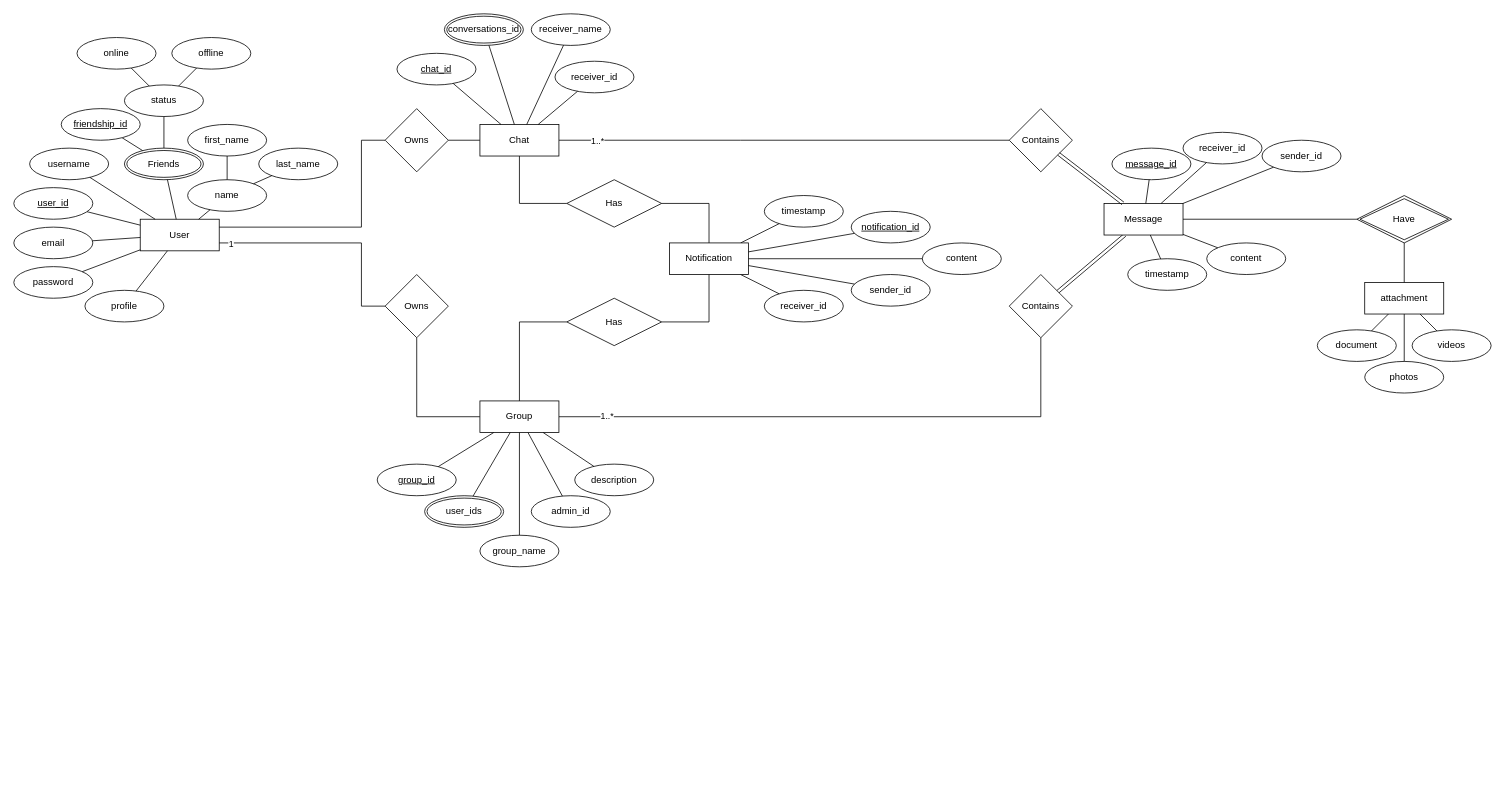
Earlier version of the draw.io diagram Draw.io/ChatApplicationfinal.drawio (Vishwanath61/21CS210-DBMS-LAB). Source tidied: cells renumbered, new cells numbered last; positions are measured from the earlier drawing's top-left corner, leaving out a move shared by most shapes. Both pictures are drawn from the tidied source at 79%, with x=0, y=0 at pixel (13, 13).
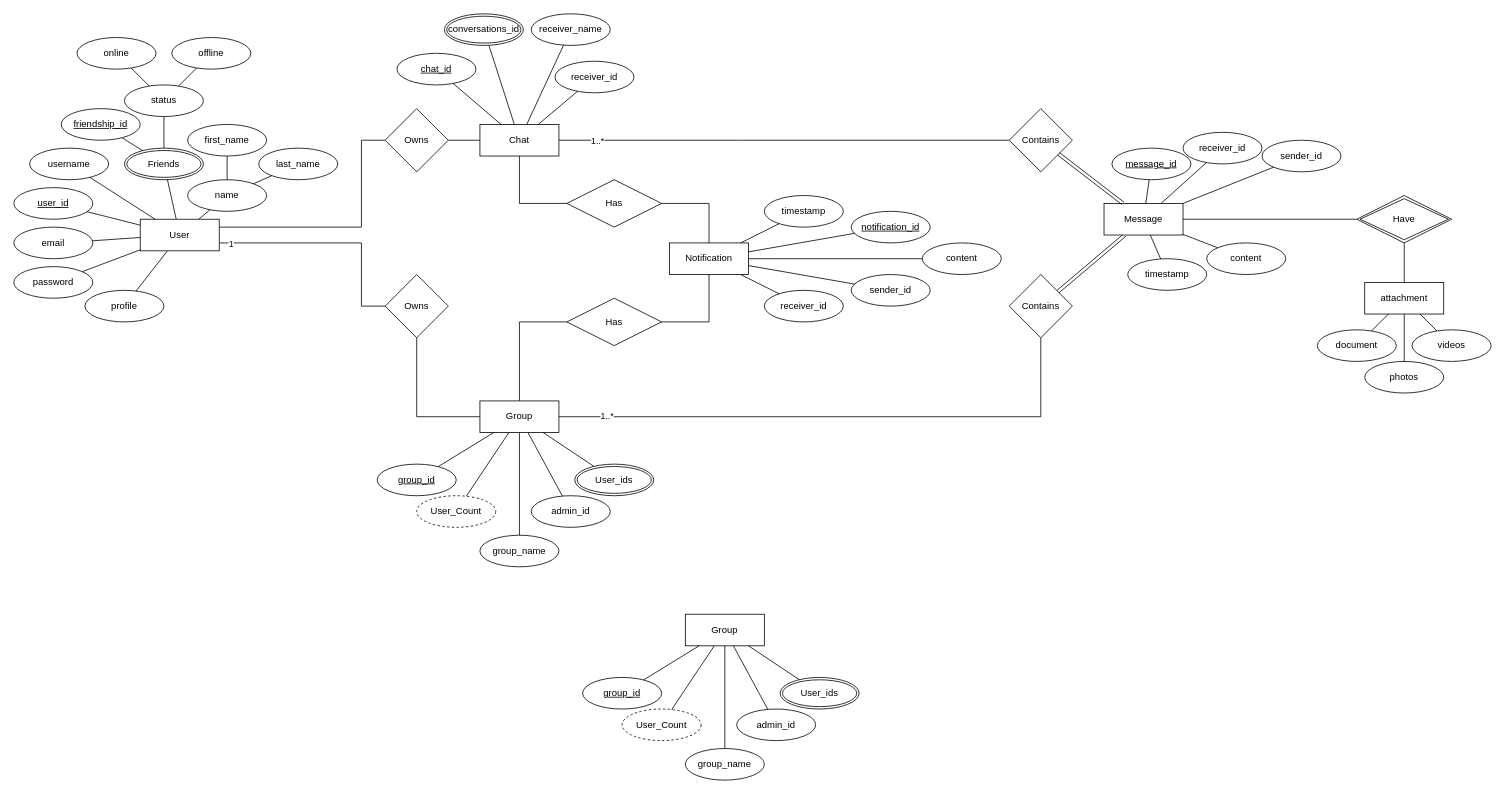
Above is the later version.

Diff of the diagram source:
```diff
@@
-    <mxCell id="35" style="group;" parent="1" vertex="1">
-      <mxGeometry x="460" y="490" width="350" height="210" as="geometry" />
-    </mxCell>
-    <mxCell id="36" value="Group" style="whiteSpace=wrap;html=1;align=center;" parent="35" vertex="1">
-      <mxGeometry x="130" width="100" height="40" as="geometry" />
-    </mxCell>
-    <mxCell id="37" style="group;" parent="35" vertex="1">
-      <mxGeometry y="80" width="350" height="130" as="geometry" />
-    </mxCell>
-    <mxCell id="38" value="group_name" style="ellipse;whiteSpace=wrap;html=1;align=center;" parent="37" vertex="1">
-      <mxGeometry x="130" y="90" width="100" height="40" as="geometry" />
-    </mxCell>
-    <mxCell id="39" value="group_id" style="ellipse;whiteSpace=wrap;html=1;align=center;fontStyle=4;" parent="37" vertex="1">
-      <mxGeometry width="100" height="40" as="geometry" />
-    </mxCell>
-    <mxCell id="40" value="description" style="ellipse;whiteSpace=wrap;html=1;align=center;" parent="37" vertex="1">
-      <mxGeometry x="250" width="100" height="40" as="geometry" />
-    </mxCell>
-    <mxCell id="41" value="admin_id" style="ellipse;whiteSpace=wrap;html=1;align=center;" parent="37" vertex="1">
-      <mxGeometry x="195" y="40" width="100" height="40" as="geometry" />
-    </mxCell>
-    <mxCell id="42" value="user_ids" style="ellipse;shape=doubleEllipse;margin=3;whiteSpace=wrap;html=1;align=center;" parent="37" vertex="1">
-      <mxGeometry x="60" y="40" width="100" height="40" as="geometry" />
-    </mxCell>
-    <mxCell id="43" style="endArrow=none;html=1;rounded=0;" parent="35" edge="1" source="38" target="36">
-      <mxGeometry relative="1" as="geometry" />
-    </mxCell>
-    <mxCell id="44" style="endArrow=none;html=1;rounded=0;" parent="35" edge="1" source="39" target="36">
-      <mxGeometry relative="1" as="geometry" />
-    </mxCell>
-    <mxCell id="45" style="endArrow=none;html=1;rounded=0;" parent="35" edge="1" source="40" target="36">
-      <mxGeometry relative="1" as="geometry" />
-    </mxCell>
-    <mxCell id="46" style="endArrow=none;html=1;rounded=0;" parent="35" edge="1" source="36" target="41">
-      <mxGeometry relative="1" as="geometry" />
-    </mxCell>
-    <mxCell id="47" style="endArrow=none;html=1;rounded=0;" parent="35" edge="1" source="42" target="36">
-      <mxGeometry relative="1" as="geometry" />
-    </mxCell>
@@
+    <mxCell id="35" style="group;" parent="1" vertex="1">
+      <mxGeometry x="460" y="490" width="350" height="210" as="geometry" />
+    </mxCell>
+    <mxCell id="36" value="Group" style="whiteSpace=wrap;html=1;align=center;" parent="35" vertex="1">
+      <mxGeometry x="130" width="100" height="40" as="geometry" />
+    </mxCell>
+    <mxCell id="118" style="group;" parent="35" vertex="1">
+      <mxGeometry y="80" width="350" height="130" as="geometry" />
+    </mxCell>
+    <mxCell id="38" value="group_name" style="ellipse;whiteSpace=wrap;html=1;align=center;" parent="118" vertex="1">
+      <mxGeometry x="130" y="90" width="100" height="40" as="geometry" />
+    </mxCell>
+    <mxCell id="39" value="group_id" style="ellipse;whiteSpace=wrap;html=1;align=center;fontStyle=4;" parent="118" vertex="1">
+      <mxGeometry width="100" height="40" as="geometry" />
+    </mxCell>
+    <mxCell id="41" value="admin_id" style="ellipse;whiteSpace=wrap;html=1;align=center;" parent="118" vertex="1">
+      <mxGeometry x="195" y="40" width="100" height="40" as="geometry" />
+    </mxCell>
+    <mxCell id="119" value="User_Count" style="ellipse;whiteSpace=wrap;html=1;align=center;dashed=1;" parent="118" vertex="1">
+      <mxGeometry x="50" y="40" width="100" height="40" as="geometry" />
+    </mxCell>
+    <mxCell id="120" value="User_ids" style="ellipse;shape=doubleEllipse;margin=3;whiteSpace=wrap;html=1;align=center;" parent="118" vertex="1">
+      <mxGeometry x="250" width="100" height="40" as="geometry" />
+    </mxCell>
+    <mxCell id="43" style="endArrow=none;html=1;rounded=0;" parent="35" edge="1" source="38" target="36">
+      <mxGeometry relative="1" as="geometry" />
+    </mxCell>
+    <mxCell id="44" style="endArrow=none;html=1;rounded=0;" parent="35" edge="1" source="39" target="36">
+      <mxGeometry relative="1" as="geometry" />
+    </mxCell>
+    <mxCell id="46" style="endArrow=none;html=1;rounded=0;" parent="35" edge="1" source="36" target="41">
+      <mxGeometry relative="1" as="geometry" />
+    </mxCell>
+    <mxCell id="47" style="endArrow=none;html=1;rounded=0;" parent="35" edge="1" source="119" target="36">
+      <mxGeometry relative="1" as="geometry" />
+    </mxCell>
+    <mxCell id="45" style="endArrow=none;html=1;rounded=0;" parent="35" edge="1" source="120" target="36">
+      <mxGeometry relative="1" as="geometry" />
+    </mxCell>
+    <mxCell id="121" style="group;" parent="1" vertex="1">
+      <mxGeometry x="720" y="760" width="350" height="210" as="geometry" />
+    </mxCell>
+    <mxCell id="122" value="Group" style="whiteSpace=wrap;html=1;align=center;" parent="121" vertex="1">
+      <mxGeometry x="130" width="100" height="40" as="geometry" />
+    </mxCell>
+    <mxCell id="123" style="group;" parent="121" vertex="1">
+      <mxGeometry y="80" width="350" height="130" as="geometry" />
+    </mxCell>
+    <mxCell id="124" value="group_name" style="ellipse;whiteSpace=wrap;html=1;align=center;" parent="123" vertex="1">
+      <mxGeometry x="130" y="90" width="100" height="40" as="geometry" />
+    </mxCell>
+    <mxCell id="125" value="group_id" style="ellipse;whiteSpace=wrap;html=1;align=center;fontStyle=4;" parent="123" vertex="1">
+      <mxGeometry width="100" height="40" as="geometry" />
+    </mxCell>
+    <mxCell id="126" value="admin_id" style="ellipse;whiteSpace=wrap;html=1;align=center;" parent="123" vertex="1">
+      <mxGeometry x="195" y="40" width="100" height="40" as="geometry" />
+    </mxCell>
+    <mxCell id="127" value="User_Count" style="ellipse;whiteSpace=wrap;html=1;align=center;dashed=1;" parent="123" vertex="1">
+      <mxGeometry x="50" y="40" width="100" height="40" as="geometry" />
+    </mxCell>
+    <mxCell id="128" value="User_ids" style="ellipse;shape=doubleEllipse;margin=3;whiteSpace=wrap;html=1;align=center;" parent="123" vertex="1">
+      <mxGeometry x="250" width="100" height="40" as="geometry" />
+    </mxCell>
+    <mxCell id="129" style="endArrow=none;html=1;rounded=0;" parent="121" edge="1" source="124" target="122">
+      <mxGeometry relative="1" as="geometry" />
+    </mxCell>
+    <mxCell id="130" style="endArrow=none;html=1;rounded=0;" parent="121" edge="1" source="125" target="122">
+      <mxGeometry relative="1" as="geometry" />
+    </mxCell>
+    <mxCell id="131" style="endArrow=none;html=1;rounded=0;" parent="121" edge="1" source="122" target="126">
+      <mxGeometry relative="1" as="geometry" />
+    </mxCell>
+    <mxCell id="132" style="endArrow=none;html=1;rounded=0;" parent="121" edge="1" source="127" target="122">
+      <mxGeometry relative="1" as="geometry" />
+    </mxCell>
+    <mxCell id="133" style="endArrow=none;html=1;rounded=0;" parent="121" edge="1" source="128" target="122">
+      <mxGeometry relative="1" as="geometry" />
+    </mxCell>
```
